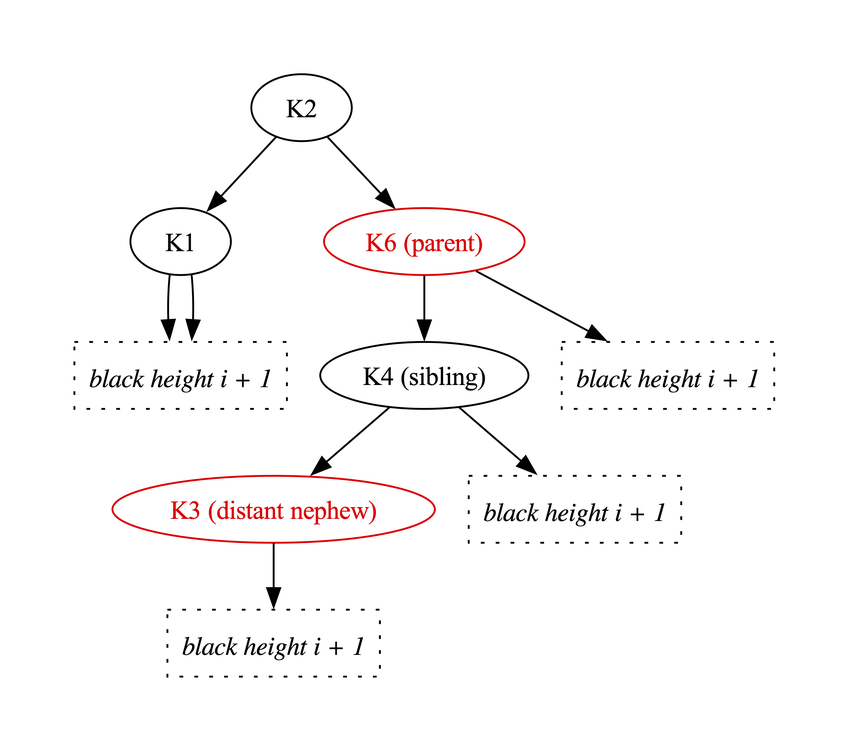
The Graphviz diagram Fw/DataStructures/docs/diagrams/removeBlackLeafNode/red-sibling-2.png in nasa/fprime, before a commit. Its source is kept beside it as Fw/DataStructures/docs/diagrams/removeBlackLeafNode/red-sibling-2.dot.
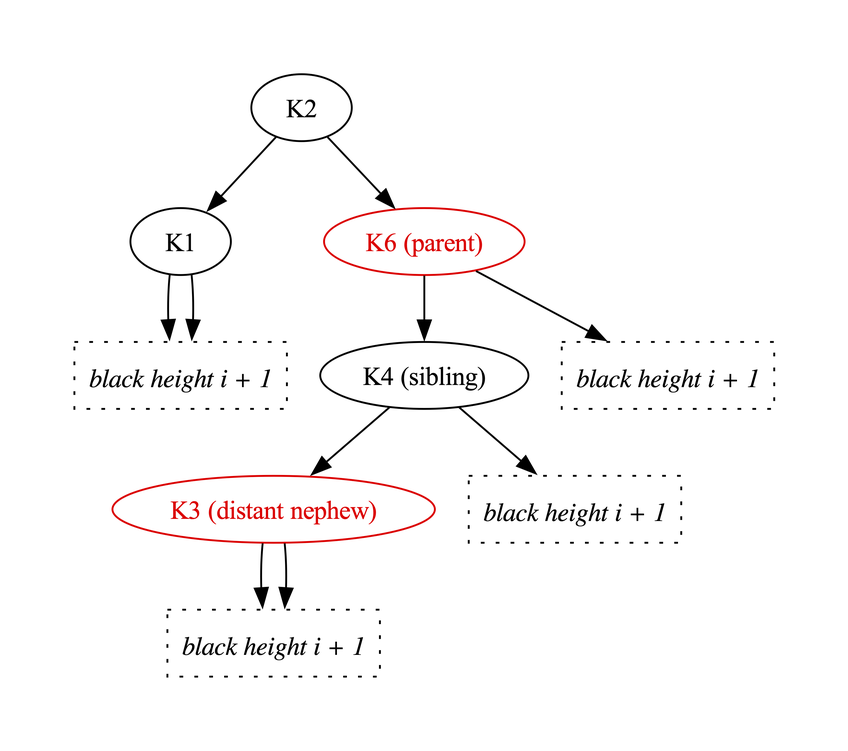
After the change.

The edit, as a diff of the source:
```diff
@@ -10,6 +10,7 @@
   K1 -> BH1
 
   K4 -> K3
+  K3 -> BH2
   K3 -> BH2
   K4 -> BH4
 
```
